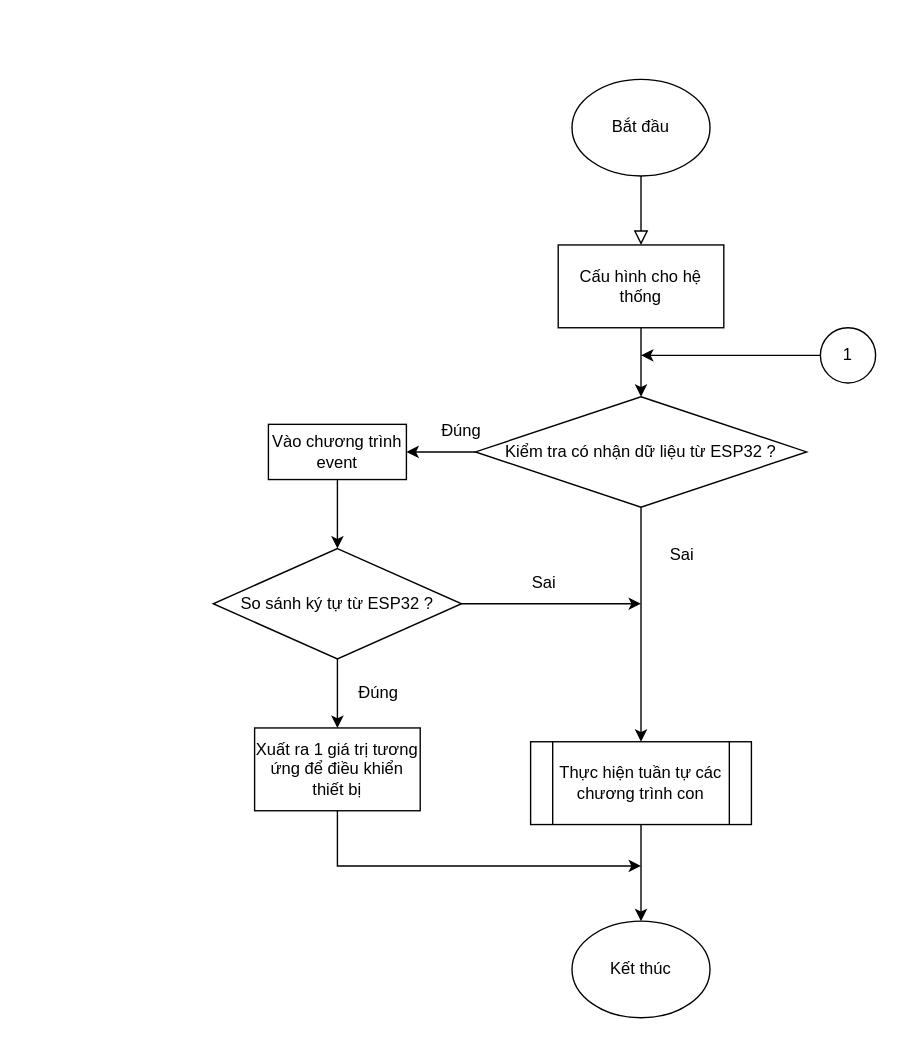
This is block_diagram/Chuong_trinh_arduino.drawio from imvietp/Final_Thesis, a draw.io file, before an edit. Source tidied: cells renumbered, new cells numbered last; positions are measured from the earlier drawing's top-left corner, leaving out a move shared by most shapes. Both pictures are drawn from the tidied source at 138%, with x=0, y=0 at pixel (213, 79).
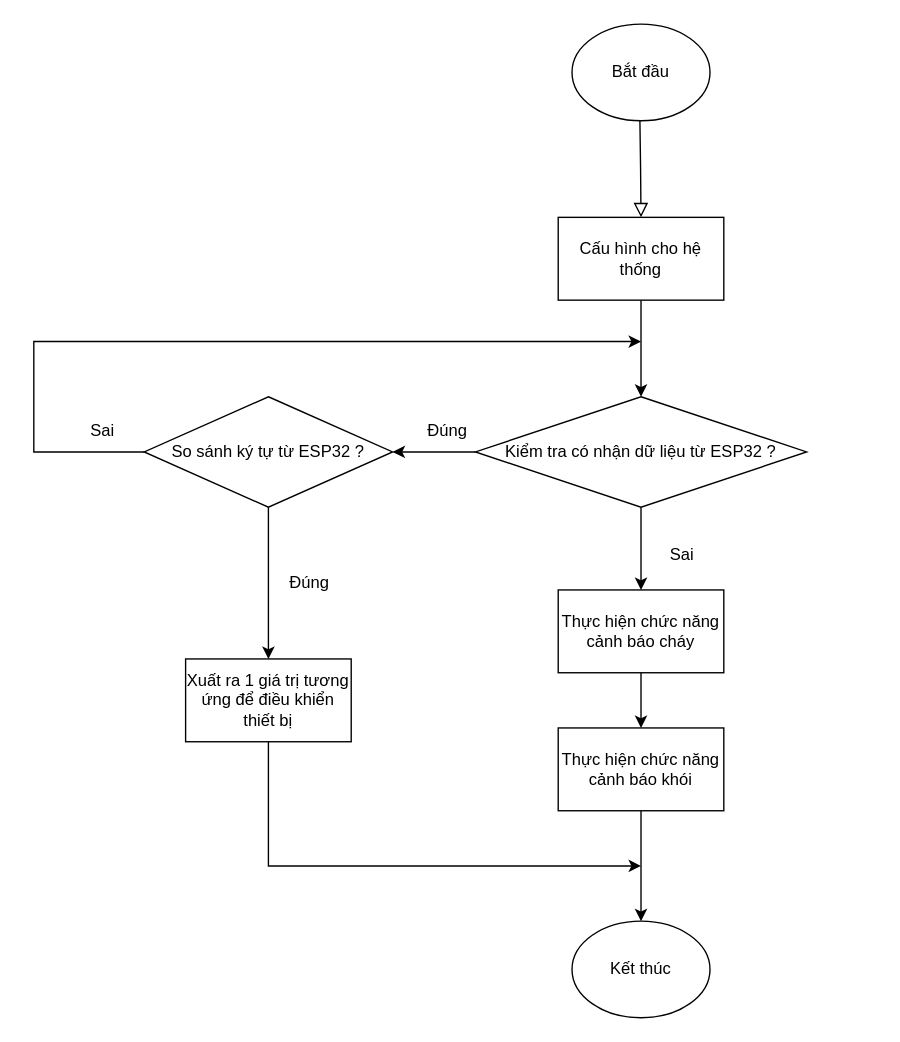
After the change.

The change refers to these unchanged cells:
```xml
<mxCell id="5" value="Kiểm tra có nhận dữ liệu từ ESP32 ?" style="rhombus;whiteSpace=wrap;html=1;" parent="1" vertex="1">
  <mxGeometry x="190" y="230" width="240" height="80" as="geometry" />
</mxCell>
<mxCell id="13" value="Kết thúc" style="ellipse;whiteSpace=wrap;html=1;" parent="1" vertex="1">
  <mxGeometry x="260" y="610" width="100" height="70" as="geometry" />
</mxCell>
```

Diff of the diagram source:
```diff
@@
-    <mxCell id="2" style="rounded=0;html=1;jettySize=auto;orthogonalLoop=1;fontSize=11;endArrow=block;endFill=0;endSize=8;strokeWidth=1;shadow=0;labelBackgroundColor=none;edgeStyle=orthogonalEdgeStyle;" parent="1" edge="1">
+    <mxCell id="2" style="rounded=0;html=1;jettySize=auto;fontSize=11;endArrow=block;endFill=0;endSize=8;strokeWidth=1;shadow=0;labelBackgroundColor=none;edgeStyle=orthogonalEdgeStyle;entryX=0.5;entryY=0;entryDx=0;entryDy=0;" parent="1" edge="1" target="15">
       <mxGeometry relative="1" as="geometry">
-        <mxPoint x="310" y="70" as="sourcePoint" />
-        <mxPoint x="310" y="120" as="targetPoint" />
+        <mxPoint x="309.2" y="30" as="sourcePoint" />
       </mxGeometry>
     </mxCell>
     <mxCell id="3" value="Bắt đầu" style="ellipse;whiteSpace=wrap;html=1;" parent="1" vertex="1">
-      <mxGeometry x="260" width="100" height="70" as="geometry" />
+      <mxGeometry x="260" y="-40" width="100" height="70" as="geometry" />
     </mxCell>
-    <mxCell id="4" style="edgeStyle=orthogonalEdgeStyle;rounded=0;jettySize=auto;html=1;exitX=0.5;exitY=1;exitDx=0;exitDy=0;entryX=0.5;entryY=0;entryDx=0;entryDy=0;" parent="1" edge="1" source="5" target="19">
-      <mxGeometry relative="1" as="geometry" />
+    <mxCell id="4" style="edgeStyle=orthogonalEdgeStyle;rounded=0;jettySize=auto;html=1;exitX=0.5;exitY=1;exitDx=0;exitDy=0;" parent="1" edge="1" source="5">
+      <mxGeometry relative="1" as="geometry">
+        <mxPoint x="310" y="370" as="targetPoint" />
+      </mxGeometry>
     </mxCell>
@@
-    <mxCell id="6" style="endArrow=classic;html=1;rounded=0;exitX=0;exitY=0.5;exitDx=0;exitDy=0;entryX=1;entryY=0.5;entryDx=0;entryDy=0;" parent="1" edge="1" source="5" target="10">
+    <mxCell id="6" style="endArrow=classic;html=1;rounded=0;exitX=0;exitY=0.5;exitDx=0;exitDy=0;entryX=1;entryY=0.5;entryDx=0;entryDy=0;" parent="1" edge="1" source="5" target="18">
       <mxGeometry relative="1" as="geometry" />
     </mxCell>
     <mxCell id="7" value="Đúng" style="text;html=1;align=center;verticalAlign=middle;whiteSpace=wrap;rounded=0;" parent="1" vertex="1">
-      <mxGeometry x="150" y="240" width="60" height="30" as="geometry" />
+      <mxGeometry x="140" y="240" width="60" height="30" as="geometry" />
     </mxCell>
@@
-    <mxCell id="9" style="edgeStyle=orthogonalEdgeStyle;rounded=0;jettySize=auto;html=1;exitX=0.5;exitY=1;exitDx=0;exitDy=0;entryX=0.5;entryY=0;entryDx=0;entryDy=0;" parent="1" edge="1" source="10" target="18">
-      <mxGeometry relative="1" as="geometry" />
-    </mxCell>
-    <mxCell id="10" value="Vào chương trình event" style="rounded=0;whiteSpace=wrap;html=1;" parent="1" vertex="1">
-      <mxGeometry x="40" y="250" width="100" height="40" as="geometry" />
-    </mxCell>
     <mxCell id="11" value="Sai" style="text;html=1;align=center;verticalAlign=middle;whiteSpace=wrap;rounded=0;" parent="1" vertex="1">
-      <mxGeometry x="210" y="350" width="60" height="30" as="geometry" />
+      <mxGeometry x="-110" y="240" width="60" height="30" as="geometry" />
     </mxCell>
-    <mxCell id="12" style="endArrow=classic;html=1;rounded=0;exitX=0.5;exitY=1;exitDx=0;exitDy=0;entryX=0.5;entryY=0;entryDx=0;entryDy=0;" parent="1" edge="1" source="19" target="13">
+    <mxCell id="12" style="endArrow=classic;html=1;rounded=0;exitX=0.5;exitY=1;exitDx=0;exitDy=0;entryX=0.5;entryY=0;entryDx=0;entryDy=0;" parent="1" edge="1" source="28" target="13">
       <mxGeometry relative="1" as="geometry" />
     </mxCell>
@@
     <mxCell id="15" value="Cấu hình cho hệ thống" style="rounded=0;whiteSpace=wrap;html=1;" parent="1" vertex="1">
-      <mxGeometry x="250" y="120" width="120" height="60" as="geometry" />
+      <mxGeometry x="250" y="100" width="120" height="60" as="geometry" />
     </mxCell>
@@
-    <mxCell id="17" style="edgeStyle=orthogonalEdgeStyle;rounded=0;jettySize=auto;html=1;exitX=1;exitY=0.5;exitDx=0;exitDy=0;" parent="1" edge="1" source="18">
-      <mxGeometry relative="1" as="geometry">
-        <mxPoint x="310" y="380" as="targetPoint" />
-      </mxGeometry>
-    </mxCell>
+    <mxCell id="25" style="edgeStyle=orthogonalEdgeStyle;rounded=0;jettySize=auto;html=1;" parent="1" edge="1" source="18">
+      <mxGeometry relative="1" as="geometry">
+        <mxPoint x="310" y="190" as="targetPoint" />
+        <Array as="points">
+          <mxPoint x="-130" y="270" />
+          <mxPoint x="-130" y="190" />
+        </Array>
+      </mxGeometry>
+    </mxCell>
     <mxCell id="18" value="So sánh ký tự từ ESP32 ?" style="rhombus;whiteSpace=wrap;html=1;" parent="1" vertex="1">
-      <mxGeometry y="340" width="180" height="80" as="geometry" />
+      <mxGeometry x="-50" y="230" width="180" height="80" as="geometry" />
     </mxCell>
-    <mxCell id="19" value="Thực hiện tuần tự các chương trình con" style="shape=process;whiteSpace=wrap;html=1;backgroundOutline=1;" parent="1" vertex="1">
-      <mxGeometry x="230" y="480" width="160" height="60" as="geometry" />
-    </mxCell>
     <mxCell id="20" style="edgeStyle=orthogonalEdgeStyle;rounded=0;jettySize=auto;html=1;exitX=0.5;exitY=1;exitDx=0;exitDy=0;" parent="1" edge="1" source="21">
       <mxGeometry relative="1" as="geometry">
         <mxPoint x="310" y="570" as="targetPoint" />
         <Array as="points">
-          <mxPoint x="90" y="570" />
+          <mxPoint x="40" y="570" />
         </Array>
       </mxGeometry>
     </mxCell>
     <mxCell id="21" value="Xuất ra 1 giá trị tương ứng để điều khiển thiết bị" style="rounded=0;whiteSpace=wrap;html=1;" parent="1" vertex="1">
-      <mxGeometry x="30" y="470" width="120" height="60" as="geometry" />
+      <mxGeometry x="-20" y="420" width="120" height="60" as="geometry" />
     </mxCell>
     <mxCell id="22" value="Đúng" style="text;html=1;align=center;verticalAlign=middle;whiteSpace=wrap;rounded=0;" parent="1" vertex="1">
-      <mxGeometry x="90" y="430" width="60" height="30" as="geometry" />
+      <mxGeometry x="40" y="350" width="60" height="30" as="geometry" />
     </mxCell>
-    <mxCell id="23" style="edgeStyle=orthogonalEdgeStyle;rounded=0;jettySize=auto;html=1;exitX=0;exitY=0.5;exitDx=0;exitDy=0;" parent="1" edge="1" source="24">
-      <mxGeometry relative="1" as="geometry">
-        <mxPoint x="310" y="200" as="targetPoint" />
-      </mxGeometry>
-    </mxCell>
-    <mxCell id="24" value="1" style="ellipse;whiteSpace=wrap;html=1;" parent="1" vertex="1">
-      <mxGeometry x="440" y="180" width="40" height="40" as="geometry" />
-    </mxCell>
+    <mxCell id="26" style="edgeStyle=orthogonalEdgeStyle;rounded=0;jettySize=auto;html=1;" parent="1" edge="1" source="27" target="28">
+      <mxGeometry relative="1" as="geometry" />
+    </mxCell>
+    <mxCell id="27" value="Thực hiện chức năng cảnh báo cháy" style="rounded=0;whiteSpace=wrap;html=1;" parent="1" vertex="1">
+      <mxGeometry x="250" y="370" width="120" height="60" as="geometry" />
+    </mxCell>
+    <mxCell id="28" value="Thực hiện chức năng cảnh báo khói" style="rounded=0;whiteSpace=wrap;html=1;" parent="1" vertex="1">
+      <mxGeometry x="250" y="470" width="120" height="60" as="geometry" />
+    </mxCell>
```
